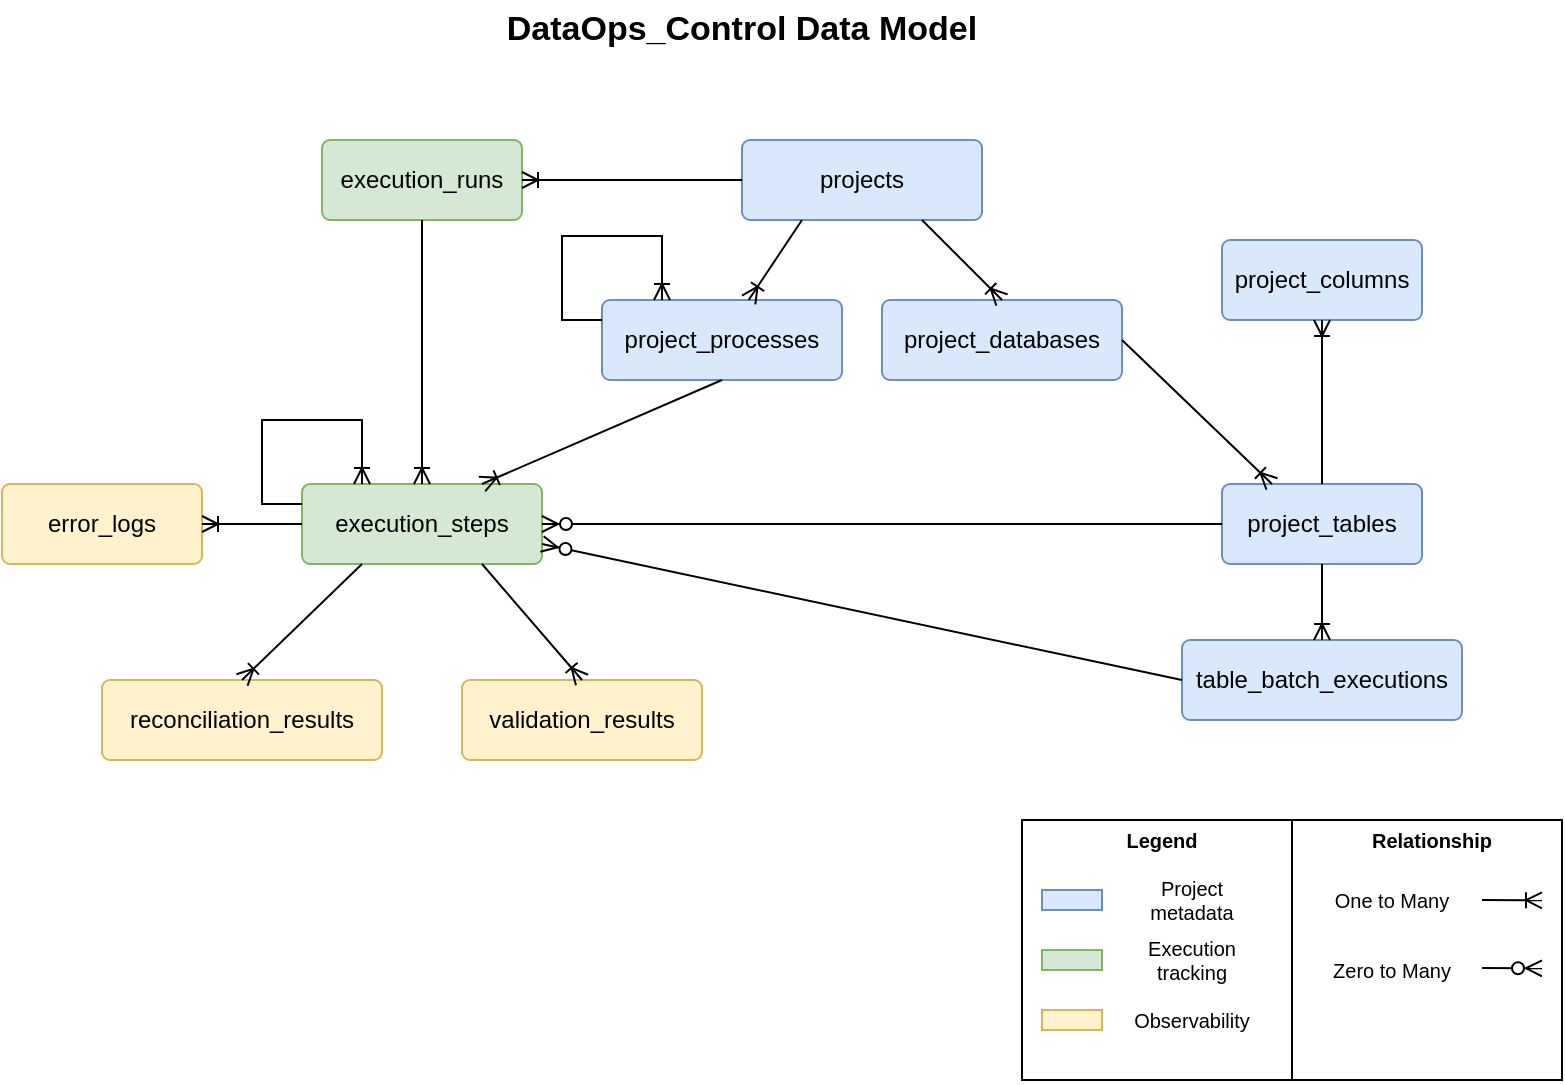
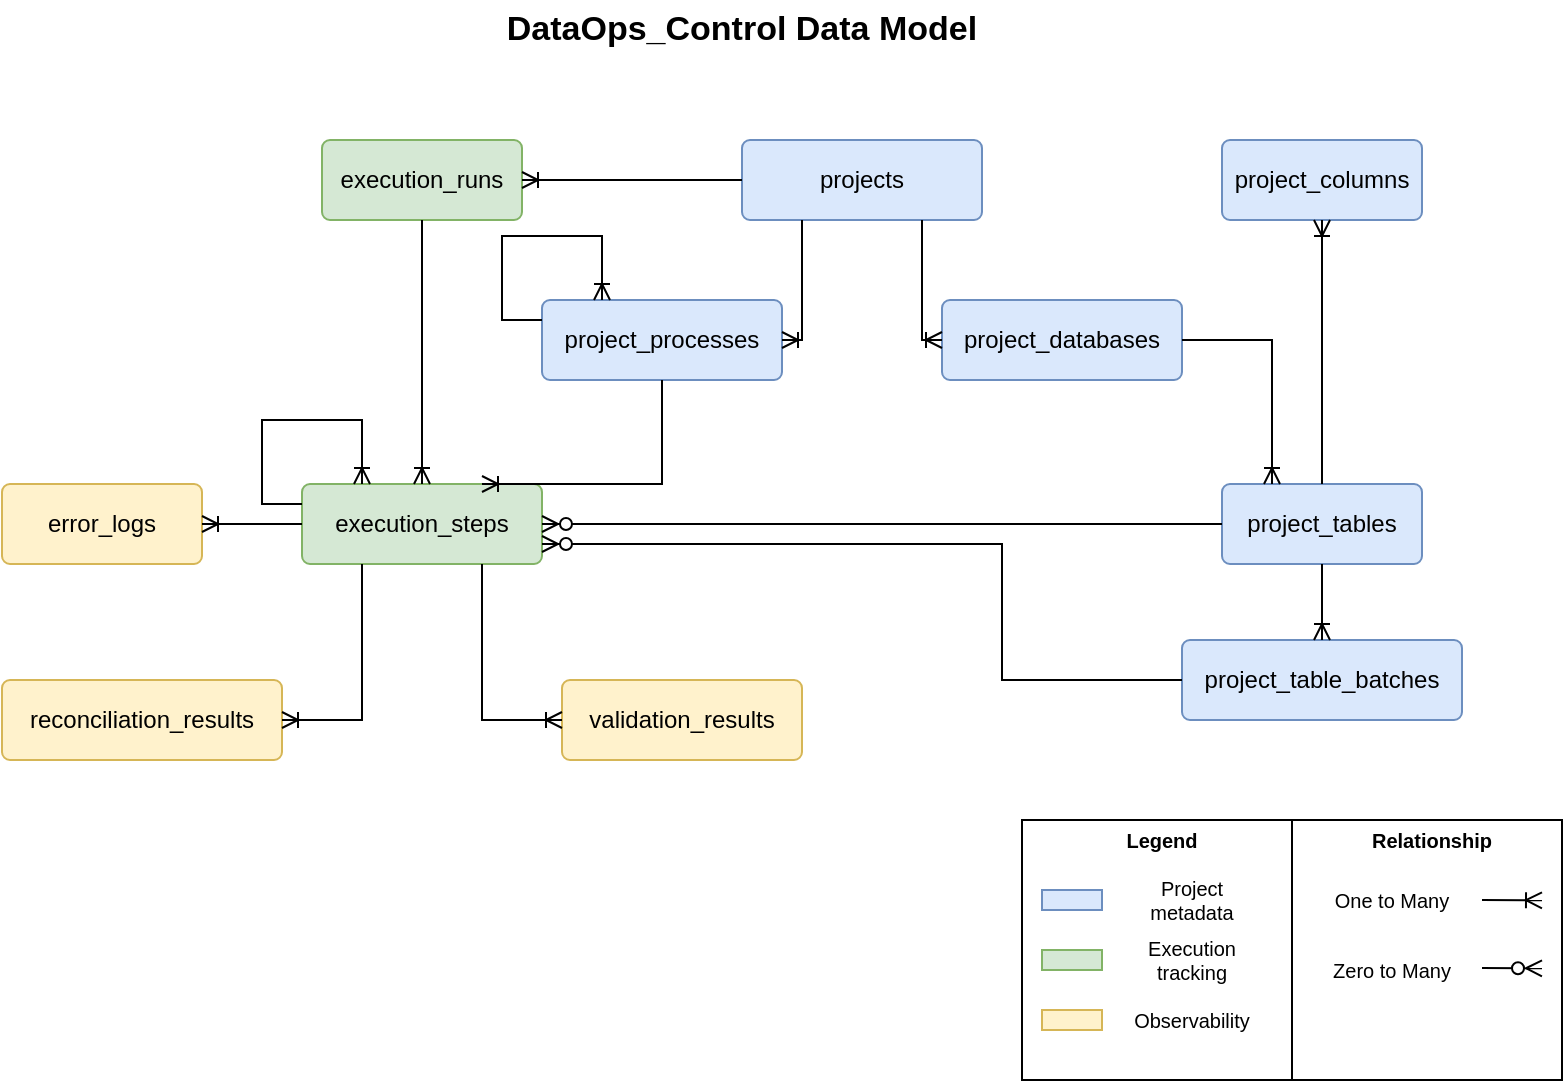
<mxfile host="Electron">
  <diagram name="Página-1" id="7mPY9IgTF5v4kI3P_Ib7">
-     <mxGraphModel dx="710" dy="455" grid="1" gridSize="10" guides="1" tooltips="1" connect="1" arrows="1" fold="1" page="1" pageScale="1" pageWidth="827" pageHeight="583" math="0" shadow="0">
+     <mxGraphModel dx="1002" dy="660" grid="1" gridSize="10" guides="1" tooltips="1" connect="1" arrows="1" fold="1" page="1" pageScale="1" pageWidth="827" pageHeight="583" math="0" shadow="0">
      <root>
        <mxCell id="0" />
        <mxCell id="1" parent="0" />
        <mxCell id="57UfKS-p6jkbmIy2nKI7-39" parent="1" style="rounded=0;whiteSpace=wrap;html=1;gradientColor=none;fillColor=none;labelPosition=center;verticalLabelPosition=top;align=center;verticalAlign=bottom;fontStyle=1" value="" vertex="1">
          <mxGeometry height="130" width="270" x="540" y="430" as="geometry" />
        </mxCell>
        <mxCell id="57UfKS-p6jkbmIy2nKI7-1" parent="1" style="rounded=1;arcSize=10;whiteSpace=wrap;html=1;align=center;fillColor=#dae8fc;strokeColor=#6c8ebf;" value="projects" vertex="1">
          <mxGeometry height="40" width="120" x="400" y="90" as="geometry" />
        </mxCell>
        <mxCell id="57UfKS-p6jkbmIy2nKI7-7" parent="1" style="rounded=1;arcSize=10;whiteSpace=wrap;html=1;align=center;fillColor=#dae8fc;strokeColor=#6c8ebf;" value="project_databases" vertex="1">
-           <mxGeometry height="40" width="120" x="470" y="170" as="geometry" />
+           <mxGeometry height="40" width="120" x="500" y="170" as="geometry" />
        </mxCell>
        <mxCell id="57UfKS-p6jkbmIy2nKI7-15" parent="1" style="rounded=1;arcSize=10;whiteSpace=wrap;html=1;align=center;fillColor=#dae8fc;strokeColor=#6c8ebf;" value="project_tables" vertex="1">
          <mxGeometry height="40" width="100" x="640" y="262" as="geometry" />
        </mxCell>
        <mxCell id="57UfKS-p6jkbmIy2nKI7-21" parent="1" style="rounded=1;arcSize=10;whiteSpace=wrap;html=1;align=center;fillColor=#d5e8d4;strokeColor=#82b366;" value="execution_runs" vertex="1">
          <mxGeometry height="40" width="100" x="190" y="90" as="geometry" />
        </mxCell>
        <mxCell id="57UfKS-p6jkbmIy2nKI7-33" parent="1" style="rounded=1;arcSize=10;whiteSpace=wrap;html=1;align=center;fillColor=#d5e8d4;strokeColor=#82b366;" value="execution_steps" vertex="1">
          <mxGeometry height="40" width="120" x="180" y="262" as="geometry" />
        </mxCell>
        <mxCell id="57UfKS-p6jkbmIy2nKI7-37" parent="1" style="text;html=1;whiteSpace=wrap;strokeColor=none;fillColor=none;align=center;verticalAlign=middle;rounded=0;fontSize=17;fontStyle=1" value="DataOps_Control Data Model" vertex="1">
          <mxGeometry height="30" width="430" x="185" y="20" as="geometry" />
        </mxCell>
        <mxCell id="57UfKS-p6jkbmIy2nKI7-41" parent="1" style="rounded=0;whiteSpace=wrap;html=1;fillColor=#dae8fc;strokeColor=#6c8ebf;" value="" vertex="1">
          <mxGeometry height="10" width="30" x="550" y="465" as="geometry" />
        </mxCell>
        <mxCell id="57UfKS-p6jkbmIy2nKI7-43" parent="1" style="rounded=0;whiteSpace=wrap;html=1;fillColor=#d5e8d4;strokeColor=#82b366;" value="" vertex="1">
          <mxGeometry height="10" width="30" x="550" y="495" as="geometry" />
        </mxCell>
        <mxCell id="57UfKS-p6jkbmIy2nKI7-45" parent="1" style="text;html=1;whiteSpace=wrap;strokeColor=none;fillColor=none;align=center;verticalAlign=middle;rounded=0;fontSize=10;" value="Project metadata" vertex="1">
          <mxGeometry height="20" width="70" x="590" y="460" as="geometry" />
        </mxCell>
        <mxCell id="57UfKS-p6jkbmIy2nKI7-47" parent="1" style="text;html=1;whiteSpace=wrap;strokeColor=none;fillColor=none;align=center;verticalAlign=middle;rounded=0;fontSize=10;" value="Execution tracking" vertex="1">
          <mxGeometry height="20" width="70" x="590" y="490" as="geometry" />
        </mxCell>
        <mxCell id="57UfKS-p6jkbmIy2nKI7-49" edge="1" parent="1" style="fontSize=12;html=1;endArrow=ERoneToMany;rounded=0;exitX=0;exitY=0.5;exitDx=0;exitDy=0;" value="">
          <mxGeometry height="100" relative="1" width="100" as="geometry">
            <mxPoint x="770" y="470" as="sourcePoint" />
            <mxPoint x="800" y="470.14" as="targetPoint" />
          </mxGeometry>
        </mxCell>
        <mxCell id="57UfKS-p6jkbmIy2nKI7-50" parent="1" style="text;html=1;whiteSpace=wrap;strokeColor=none;fillColor=none;align=center;verticalAlign=middle;rounded=0;fontSize=10;" value="One to Many" vertex="1">
          <mxGeometry height="20" width="70" x="690" y="460" as="geometry" />
        </mxCell>
        <mxCell id="57UfKS-p6jkbmIy2nKI7-53" edge="1" parent="1" source="57UfKS-p6jkbmIy2nKI7-39" style="endArrow=none;html=1;rounded=0;entryX=0.5;entryY=0;entryDx=0;entryDy=0;exitX=0.5;exitY=1;exitDx=0;exitDy=0;" target="57UfKS-p6jkbmIy2nKI7-39" value="">
          <mxGeometry height="50" relative="1" width="50" as="geometry">
            <mxPoint x="650" y="505" as="sourcePoint" />
            <mxPoint x="700" y="455" as="targetPoint" />
          </mxGeometry>
        </mxCell>
        <mxCell id="57UfKS-p6jkbmIy2nKI7-54" parent="1" style="text;html=1;whiteSpace=wrap;strokeColor=none;fillColor=none;align=center;verticalAlign=middle;rounded=0;fontSize=10;fontStyle=1" value="Legend" vertex="1">
          <mxGeometry height="20" width="70" x="575" y="430" as="geometry" />
        </mxCell>
        <mxCell id="57UfKS-p6jkbmIy2nKI7-55" parent="1" style="text;html=1;whiteSpace=wrap;strokeColor=none;fillColor=none;align=center;verticalAlign=middle;rounded=0;fontSize=10;fontStyle=1" value="Relationship" vertex="1">
          <mxGeometry height="20" width="70" x="710" y="430" as="geometry" />
        </mxCell>
-         <mxCell id="xjebRwpG0ZfnBMrFjQD4-1" edge="1" parent="1" source="57UfKS-p6jkbmIy2nKI7-1" style="fontSize=12;html=1;endArrow=ERoneToMany;rounded=0;exitX=0.75;exitY=1;exitDx=0;exitDy=0;entryX=0.5;entryY=0;entryDx=0;entryDy=0;" target="57UfKS-p6jkbmIy2nKI7-7" value="">
-           <mxGeometry height="100" relative="1" width="100" as="geometry">
+         <mxCell id="xjebRwpG0ZfnBMrFjQD4-1" edge="1" parent="1" source="57UfKS-p6jkbmIy2nKI7-1" style="fontSize=12;html=1;endArrow=ERoneToMany;rounded=0;exitX=0.75;exitY=1;exitDx=0;exitDy=0;entryX=0;entryY=0.5;entryDx=0;entryDy=0;" target="57UfKS-p6jkbmIy2nKI7-7" value="">
+           <mxGeometry height="100" relative="1" width="100" as="geometry">
+             <Array as="points">
+               <mxPoint x="490" y="190" />
+             </Array>
            <mxPoint x="340" y="150" as="sourcePoint" />
            <mxPoint x="490" y="220" as="targetPoint" />
          </mxGeometry>
        </mxCell>
        <mxCell id="xjebRwpG0ZfnBMrFjQD4-2" edge="1" parent="1" source="57UfKS-p6jkbmIy2nKI7-7" style="fontSize=12;html=1;endArrow=ERoneToMany;rounded=0;exitX=1;exitY=0.5;exitDx=0;exitDy=0;entryX=0.25;entryY=0;entryDx=0;entryDy=0;" target="57UfKS-p6jkbmIy2nKI7-15" value="">
          <mxGeometry height="100" relative="1" width="100" as="geometry">
+             <Array as="points">
+               <mxPoint x="665" y="190" />
+             </Array>
            <mxPoint x="660" y="160" as="sourcePoint" />
            <mxPoint x="660" y="210" as="targetPoint" />
          </mxGeometry>
        </mxCell>
        <mxCell id="xjebRwpG0ZfnBMrFjQD4-4" edge="1" parent="1" source="57UfKS-p6jkbmIy2nKI7-1" style="fontSize=12;html=1;endArrow=ERoneToMany;rounded=0;exitX=0;exitY=0.5;exitDx=0;exitDy=0;entryX=1;entryY=0.5;entryDx=0;entryDy=0;" target="57UfKS-p6jkbmIy2nKI7-21" value="">
          <mxGeometry height="100" relative="1" width="100" as="geometry">
            <mxPoint x="340" y="110" as="sourcePoint" />
            <mxPoint x="340" y="160" as="targetPoint" />
          </mxGeometry>
        </mxCell>
        <mxCell id="xjebRwpG0ZfnBMrFjQD4-5" edge="1" parent="1" source="57UfKS-p6jkbmIy2nKI7-21" style="fontSize=12;html=1;endArrow=ERoneToMany;rounded=0;exitX=0.5;exitY=1;exitDx=0;exitDy=0;entryX=0.5;entryY=0;entryDx=0;entryDy=0;" target="57UfKS-p6jkbmIy2nKI7-33" value="">
          <mxGeometry height="100" relative="1" width="100" as="geometry">
            <mxPoint x="370" y="160" as="sourcePoint" />
            <mxPoint x="310" y="160" as="targetPoint" />
          </mxGeometry>
        </mxCell>
        <mxCell id="xjebRwpG0ZfnBMrFjQD4-17" parent="1" style="rounded=1;arcSize=10;whiteSpace=wrap;html=1;align=center;fillColor=#fff2cc;strokeColor=#d6b656;" value="validation_results" vertex="1">
-           <mxGeometry height="40" width="120" x="260" y="360" as="geometry" />
+           <mxGeometry height="40" width="120" x="310" y="360" as="geometry" />
        </mxCell>
        <mxCell id="xjebRwpG0ZfnBMrFjQD4-21" parent="1" style="rounded=1;arcSize=10;whiteSpace=wrap;html=1;align=center;fillColor=#fff2cc;strokeColor=#d6b656;" value="error_logs" vertex="1">
          <mxGeometry height="40" width="100" x="30" y="262" as="geometry" />
        </mxCell>
        <mxCell id="xjebRwpG0ZfnBMrFjQD4-24" parent="1" style="rounded=1;arcSize=10;whiteSpace=wrap;html=1;align=center;fillColor=#fff2cc;strokeColor=#d6b656;" value="reconciliation_results" vertex="1">
-           <mxGeometry height="40" width="140" x="80" y="360" as="geometry" />
+           <mxGeometry height="40" width="140" x="30" y="360" as="geometry" />
        </mxCell>
        <mxCell id="xjebRwpG0ZfnBMrFjQD4-29" parent="1" style="rounded=0;whiteSpace=wrap;html=1;fillColor=#fff2cc;strokeColor=#d6b656;" value="" vertex="1">
          <mxGeometry height="10" width="30" x="550" y="525" as="geometry" />
        </mxCell>
        <mxCell id="xjebRwpG0ZfnBMrFjQD4-30" parent="1" style="text;html=1;whiteSpace=wrap;strokeColor=none;fillColor=none;align=center;verticalAlign=middle;rounded=0;fontSize=10;" value="Observability" vertex="1">
          <mxGeometry height="20" width="70" x="590" y="520" as="geometry" />
        </mxCell>
-         <mxCell id="xjebRwpG0ZfnBMrFjQD4-34" parent="1" style="rounded=1;arcSize=10;whiteSpace=wrap;html=1;align=center;fillColor=#dae8fc;strokeColor=#6c8ebf;" value="table_batch_executions" vertex="1">
+         <mxCell id="xjebRwpG0ZfnBMrFjQD4-34" parent="1" style="rounded=1;arcSize=10;whiteSpace=wrap;html=1;align=center;fillColor=#dae8fc;strokeColor=#6c8ebf;" value="project_table_batches" vertex="1">
          <mxGeometry height="40" width="140" x="620" y="340" as="geometry" />
        </mxCell>
        <mxCell id="xjebRwpG0ZfnBMrFjQD4-35" edge="1" parent="1" source="57UfKS-p6jkbmIy2nKI7-15" style="fontSize=12;html=1;endArrow=ERoneToMany;rounded=0;exitX=0.5;exitY=1;exitDx=0;exitDy=0;entryX=0.5;entryY=0;entryDx=0;entryDy=0;" target="xjebRwpG0ZfnBMrFjQD4-34" value="">
          <mxGeometry height="100" relative="1" width="100" as="geometry">
            <mxPoint x="560" y="290" as="sourcePoint" />
            <mxPoint x="560" y="250" as="targetPoint" />
          </mxGeometry>
        </mxCell>
        <mxCell id="xjebRwpG0ZfnBMrFjQD4-55" parent="1" style="rounded=1;arcSize=10;whiteSpace=wrap;html=1;align=center;fillColor=#dae8fc;strokeColor=#6c8ebf;" value="project_processes" vertex="1">
-           <mxGeometry height="40" width="120" x="330" y="170" as="geometry" />
-         </mxCell>
-         <mxCell id="xjebRwpG0ZfnBMrFjQD4-56" edge="1" parent="1" source="57UfKS-p6jkbmIy2nKI7-1" style="fontSize=12;html=1;endArrow=ERoneToMany;rounded=0;exitX=0.25;exitY=1;exitDx=0;exitDy=0;" target="xjebRwpG0ZfnBMrFjQD4-55" value="">
-           <mxGeometry height="100" relative="1" width="100" as="geometry">
+           <mxGeometry height="40" width="120" x="300" y="170" as="geometry" />
+         </mxCell>
+         <mxCell id="xjebRwpG0ZfnBMrFjQD4-56" edge="1" parent="1" source="57UfKS-p6jkbmIy2nKI7-1" style="fontSize=12;html=1;endArrow=ERoneToMany;rounded=0;exitX=0.25;exitY=1;exitDx=0;exitDy=0;entryX=1;entryY=0.5;entryDx=0;entryDy=0;" target="xjebRwpG0ZfnBMrFjQD4-55" value="">
+           <mxGeometry height="100" relative="1" width="100" as="geometry">
+             <Array as="points">
+               <mxPoint x="430" y="190" />
+             </Array>
            <mxPoint x="470" y="220" as="sourcePoint" />
            <mxPoint x="530" y="260" as="targetPoint" />
          </mxGeometry>
        </mxCell>
        <mxCell id="xjebRwpG0ZfnBMrFjQD4-57" edge="1" parent="1" source="xjebRwpG0ZfnBMrFjQD4-55" style="fontSize=12;html=1;endArrow=ERoneToMany;rounded=0;exitX=0.5;exitY=1;exitDx=0;exitDy=0;entryX=0.75;entryY=0;entryDx=0;entryDy=0;" target="57UfKS-p6jkbmIy2nKI7-33" value="">
          <mxGeometry height="100" relative="1" width="100" as="geometry">
+             <Array as="points">
+               <mxPoint x="360" y="262" />
+             </Array>
            <mxPoint x="390" y="250" as="sourcePoint" />
            <mxPoint x="450" y="290" as="targetPoint" />
          </mxGeometry>
        </mxCell>
        <mxCell id="hYUFtOjITZ3xfuPvuTaO-4" edge="1" parent="1" source="xjebRwpG0ZfnBMrFjQD4-34" style="fontSize=12;html=1;endArrow=ERzeroToMany;endFill=1;rounded=0;entryX=1;entryY=0.75;entryDx=0;entryDy=0;exitX=0;exitY=0.5;exitDx=0;exitDy=0;" target="57UfKS-p6jkbmIy2nKI7-33" value="">
          <mxGeometry height="100" relative="1" width="100" as="geometry">
+             <Array as="points">
+               <mxPoint x="530" y="360" />
+               <mxPoint x="530" y="292" />
+             </Array>
            <mxPoint x="460" y="320" as="sourcePoint" />
            <mxPoint x="510" y="378" as="targetPoint" />
          </mxGeometry>
        </mxCell>
        <mxCell id="hYUFtOjITZ3xfuPvuTaO-6" parent="1" style="text;html=1;whiteSpace=wrap;strokeColor=none;fillColor=none;align=center;verticalAlign=middle;rounded=0;fontSize=10;" value="Zero to Many" vertex="1">
          <mxGeometry height="20" width="70" x="690" y="495" as="geometry" />
        </mxCell>
        <mxCell id="hYUFtOjITZ3xfuPvuTaO-7" edge="1" parent="1" style="fontSize=12;html=1;endArrow=ERzeroToMany;endFill=1;rounded=0;entryX=0.5;entryY=0;entryDx=0;entryDy=0;" value="">
          <mxGeometry height="100" relative="1" width="100" as="geometry">
            <mxPoint x="770" y="504" as="sourcePoint" />
            <mxPoint x="800" y="504.17" as="targetPoint" />
          </mxGeometry>
        </mxCell>
        <mxCell id="hYUFtOjITZ3xfuPvuTaO-8" edge="1" parent="1" source="57UfKS-p6jkbmIy2nKI7-15" style="fontSize=12;html=1;endArrow=ERzeroToMany;endFill=1;rounded=0;entryX=1;entryY=0.5;entryDx=0;entryDy=0;exitX=0;exitY=0.5;exitDx=0;exitDy=0;" target="57UfKS-p6jkbmIy2nKI7-33" value="">
          <mxGeometry height="100" relative="1" width="100" as="geometry">
            <mxPoint x="760" y="328" as="sourcePoint" />
            <mxPoint x="420" y="260" as="targetPoint" />
          </mxGeometry>
        </mxCell>
        <mxCell id="hYUFtOjITZ3xfuPvuTaO-9" edge="1" parent="1" source="57UfKS-p6jkbmIy2nKI7-33" style="fontSize=12;html=1;endArrow=ERoneToMany;rounded=0;exitX=0;exitY=0.5;exitDx=0;exitDy=0;entryX=1;entryY=0.5;entryDx=0;entryDy=0;" target="xjebRwpG0ZfnBMrFjQD4-21" value="">
          <mxGeometry height="100" relative="1" width="100" as="geometry">
            <mxPoint x="210" y="190" as="sourcePoint" />
            <mxPoint x="90" y="242" as="targetPoint" />
          </mxGeometry>
        </mxCell>
-         <mxCell id="hYUFtOjITZ3xfuPvuTaO-10" edge="1" parent="1" source="57UfKS-p6jkbmIy2nKI7-33" style="fontSize=12;html=1;endArrow=ERoneToMany;rounded=0;exitX=0.25;exitY=1;exitDx=0;exitDy=0;entryX=0.5;entryY=0;entryDx=0;entryDy=0;" target="xjebRwpG0ZfnBMrFjQD4-24" value="">
-           <mxGeometry height="100" relative="1" width="100" as="geometry">
+         <mxCell id="hYUFtOjITZ3xfuPvuTaO-10" edge="1" parent="1" source="57UfKS-p6jkbmIy2nKI7-33" style="fontSize=12;html=1;endArrow=ERoneToMany;rounded=0;exitX=0.25;exitY=1;exitDx=0;exitDy=0;entryX=1;entryY=0.5;entryDx=0;entryDy=0;" target="xjebRwpG0ZfnBMrFjQD4-24" value="">
+           <mxGeometry height="100" relative="1" width="100" as="geometry">
+             <Array as="points">
+               <mxPoint x="210" y="380" />
+             </Array>
            <mxPoint x="210" y="320" as="sourcePoint" />
            <mxPoint x="160" y="320" as="targetPoint" />
          </mxGeometry>
        </mxCell>
-         <mxCell id="hYUFtOjITZ3xfuPvuTaO-11" edge="1" parent="1" source="57UfKS-p6jkbmIy2nKI7-33" style="fontSize=12;html=1;endArrow=ERoneToMany;rounded=0;exitX=0.75;exitY=1;exitDx=0;exitDy=0;entryX=0.5;entryY=0;entryDx=0;entryDy=0;" target="xjebRwpG0ZfnBMrFjQD4-17" value="">
-           <mxGeometry height="100" relative="1" width="100" as="geometry">
+         <mxCell id="hYUFtOjITZ3xfuPvuTaO-11" edge="1" parent="1" source="57UfKS-p6jkbmIy2nKI7-33" style="fontSize=12;html=1;endArrow=ERoneToMany;rounded=0;exitX=0.75;exitY=1;exitDx=0;exitDy=0;entryX=0;entryY=0.5;entryDx=0;entryDy=0;" target="xjebRwpG0ZfnBMrFjQD4-17" value="">
+           <mxGeometry height="100" relative="1" width="100" as="geometry">
+             <Array as="points">
+               <mxPoint x="270" y="380" />
+             </Array>
            <mxPoint x="350" y="330" as="sourcePoint" />
            <mxPoint x="290" y="388" as="targetPoint" />
          </mxGeometry>
        </mxCell>
        <mxCell id="hYUFtOjITZ3xfuPvuTaO-12" parent="1" style="rounded=1;arcSize=10;whiteSpace=wrap;html=1;align=center;fillColor=#dae8fc;strokeColor=#6c8ebf;" value="project_columns" vertex="1">
-           <mxGeometry height="40" width="100" x="640" y="140" as="geometry" />
+           <mxGeometry height="40" width="100" x="640" y="90" as="geometry" />
        </mxCell>
        <mxCell id="hYUFtOjITZ3xfuPvuTaO-13" edge="1" parent="1" source="57UfKS-p6jkbmIy2nKI7-15" style="fontSize=12;html=1;endArrow=ERoneToMany;rounded=0;exitX=0.5;exitY=0;exitDx=0;exitDy=0;entryX=0.5;entryY=1;entryDx=0;entryDy=0;" target="hYUFtOjITZ3xfuPvuTaO-12" value="">
          <mxGeometry height="100" relative="1" width="100" as="geometry">
            <mxPoint x="720" y="210" as="sourcePoint" />
            <mxPoint x="795" y="282" as="targetPoint" />
          </mxGeometry>
        </mxCell>
        <mxCell id="tw_iTo6fL4jAPWQjvvmF-1" edge="1" parent="1" source="57UfKS-p6jkbmIy2nKI7-33" style="fontSize=12;html=1;endArrow=ERoneToMany;rounded=0;exitX=0;exitY=0.25;exitDx=0;exitDy=0;entryX=0.25;entryY=0;entryDx=0;entryDy=0;" target="57UfKS-p6jkbmIy2nKI7-33" value="">
          <mxGeometry height="100" relative="1" width="100" as="geometry">
            <Array as="points">
              <mxPoint x="160" y="272" />
              <mxPoint x="160" y="230" />
              <mxPoint x="210" y="230" />
            </Array>
            <mxPoint x="190" y="190" as="sourcePoint" />
            <mxPoint x="220" y="230" as="targetPoint" />
          </mxGeometry>
        </mxCell>
        <mxCell id="tw_iTo6fL4jAPWQjvvmF-2" edge="1" parent="1" style="fontSize=12;html=1;endArrow=ERoneToMany;rounded=0;exitX=0;exitY=0.25;exitDx=0;exitDy=0;entryX=0.25;entryY=0;entryDx=0;entryDy=0;" value="">
          <mxGeometry height="100" relative="1" width="100" as="geometry">
            <Array as="points">
-               <mxPoint x="310" y="180" />
-               <mxPoint x="310" y="138" />
-               <mxPoint x="360" y="138" />
-             </Array>
-             <mxPoint x="330" y="180" as="sourcePoint" />
-             <mxPoint x="360" y="170" as="targetPoint" />
+               <mxPoint x="280" y="180" />
+               <mxPoint x="280" y="138" />
+               <mxPoint x="330" y="138" />
+             </Array>
+             <mxPoint x="300" y="180" as="sourcePoint" />
+             <mxPoint x="330" y="170" as="targetPoint" />
          </mxGeometry>
        </mxCell>
      </root>
    </mxGraphModel>
  </diagram>
</mxfile>
